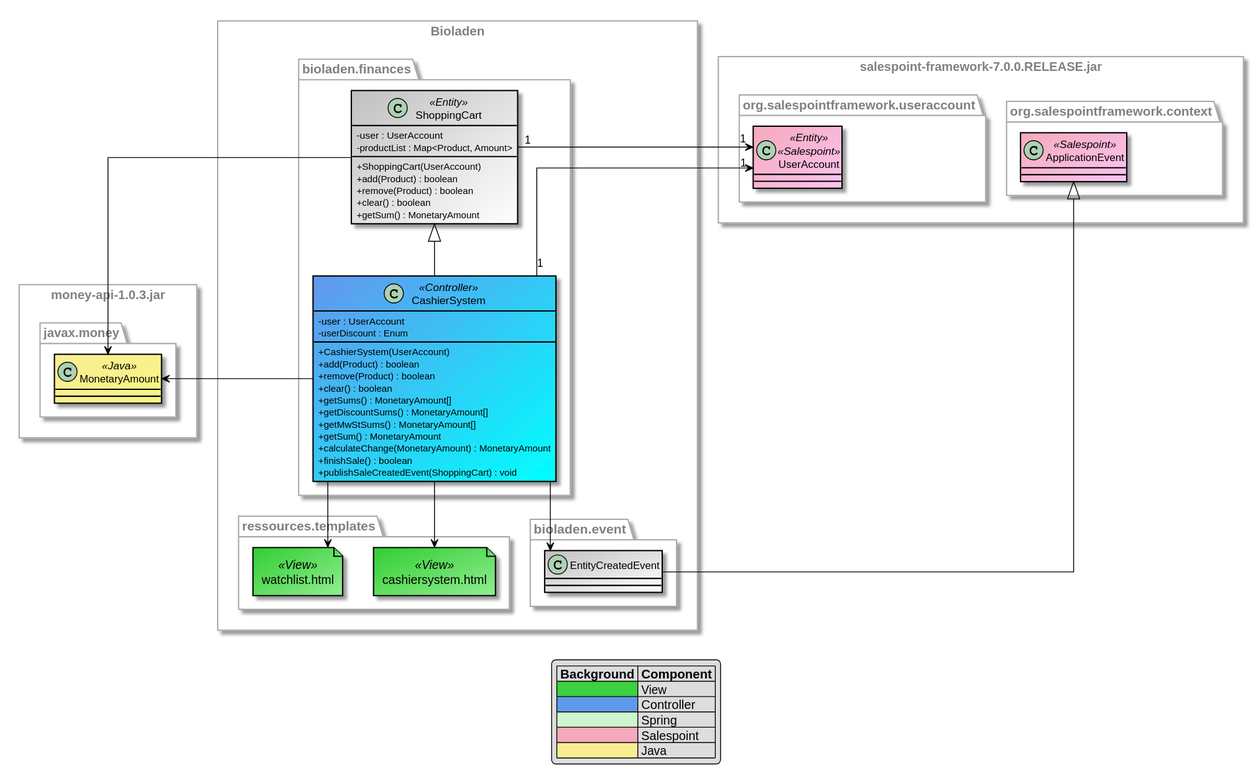
LimitlessGreen/swt18w43 keeps this PlantUML diagram as src/main/asciidoc/models/design/DesignFinancesDepartment.svg. Above is the earlier version.
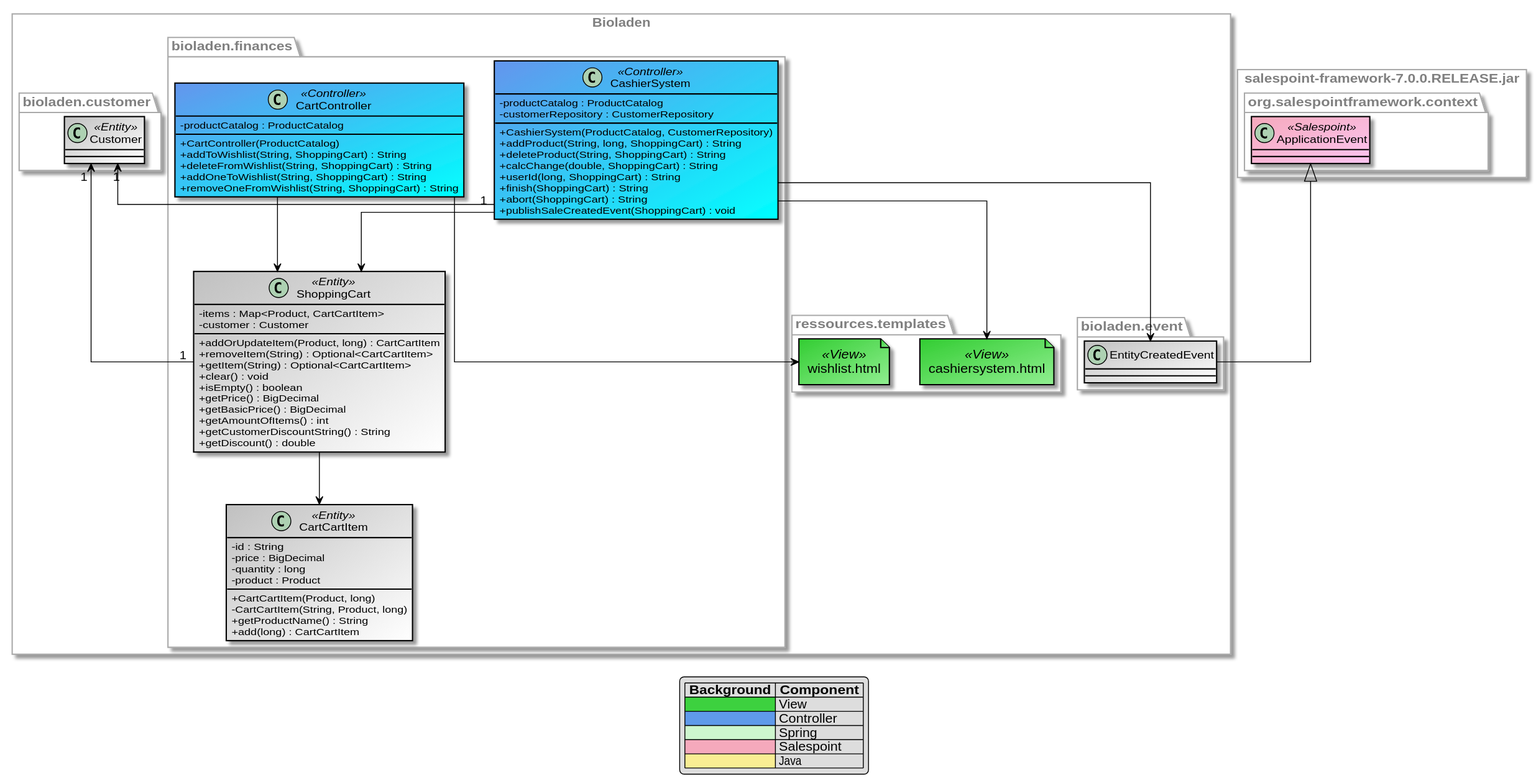
The same diagram one commit later.

Commit message:
[Design] improved ProductDepartment

Diff of the diagram source:
```diff
@@ -35,33 +35,61 @@
 rectangle Bioladen {
     namespace bioladen.finances {
 
-        class CashierSystem <<Controller>>  extends ShoppingCart {
-            -user : UserAccount
-            -userDiscount : Enum
-            +CashierSystem(UserAccount)
-            +add(Product) : boolean
-            +remove(Product) : boolean
-            +clear() : boolean
-            +getSums() : MonetaryAmount[]
-            +getDiscountSums() : MonetaryAmount[]
-            +getMwStSums() : MonetaryAmount[]
-            +getSum() : MonetaryAmount
-            +calculateChange(MonetaryAmount) : MonetaryAmount
-            +finishSale() : boolean
+        class CashierSystem <<Controller>> {
+            -productCatalog : ProductCatalog
+            -customerRepository : CustomerRepository
+
+            +CashierSystem(ProductCatalog, CustomerRepository)
+            +addProduct(String, long, ShoppingCart) : String
+            +deleteProduct(String, ShoppingCart) : String
+            +calcChange(double, ShoppingCart) : String
+            +userId(long, ShoppingCart) : String
+            +finish(ShoppingCart) : String
+            +abort(ShoppingCart) : String
             +publishSaleCreatedEvent(ShoppingCart) : void
         }
 
+        class CartController <<Controller>> {
+            -productCatalog : ProductCatalog
+
+            +CartController(ProductCatalog)
+            +addToWishlist(String, ShoppingCart) : String
+            +deleteFromWishlist(String, ShoppingCart) : String
+            +addOneToWishlist(String, ShoppingCart) : String
+            +removeOneFromWishlist(String, ShoppingCart) : String
+        }
+
         class ShoppingCart <<Entity>> {
-            -user : UserAccount
-            -productList : Map<Product, Amount>
-            +ShoppingCart(UserAccount)
-            +add(Product) : boolean
-            +remove(Product) : boolean
-            +clear() : boolean
-            +getSum() : MonetaryAmount
+            -items : Map<Product, CartCartItem>
+            -customer : Customer
 
+            +addOrUpdateItem(Product, long) : CartCartItem
+            +removeItem(String) : Optional<CartCartItem>
+            +getItem(String) : Optional<CartCartItem>
+            +clear() : void
+            +isEmpty() : boolean
+            +getPrice() : BigDecimal
+            +getBasicPrice() : BigDecimal
+            +getAmountOfItems() : int
+            +getCustomerDiscountString() : String
+            +getDiscount() : double
+        }
 
+        class CartCartItem <<Entity>> {
+        -id : String
+        -price : BigDecimal
+        -quantity : long
+        -product : Product
+
+        +CartCartItem(Product, long)
+        -CartCartItem(String, Product, long)
+        +getProductName() : String
+        +add(long) : CartCartItem
         }
+
+        CashierSystem --> ShoppingCart
+        CartController --> ShoppingCart
+        ShoppingCart --> CartCartItem
 
     }
 
@@ -80,38 +108,29 @@
 
         }
 
-        file watchlist.html <<View>> #limegreen/technology {
+        file wishlist.html <<View>> #limegreen/technology {
 
         }
 
         bioladen.finances.CashierSystem --> cashiersystem.html
-        bioladen.finances.CashierSystem --> watchlist.html
+        bioladen.finances.CartController --> wishlist.html
     }
+
+    namespace bioladen.customer {
+
+            class Customer <<Entity>> {
+
+            }
+
+            bioladen.finances.ShoppingCart "1" -left-> "1" Customer
+            bioladen.finances.CashierSystem "1" -left-> "1" Customer
+        }
 
 }
 
-rectangle money-api-1.0.3.jar {
-    namespace javax.money {
-        class MonetaryAmount <<Java>>{
 
-        }
-        bioladen.finances.CashierSystem -right-> MonetaryAmount
-        bioladen.finances.ShoppingCart -right-> MonetaryAmount
-    }
-
-}
 
 rectangle salespoint-framework-7.0.0.RELEASE.jar {
-
-    namespace org.salespointframework.useraccount {
-
-        class UserAccount <<Entity>> <<Salespoint>>{
-
-        }
-
-        bioladen.finances.ShoppingCart "1" -left-> "1" UserAccount
-        bioladen.finances.CashierSystem "1" -left-> "1" UserAccount
-    }
 
     namespace org.salespointframework.context {
         class ApplicationEvent <<Salespoint>>{
```
